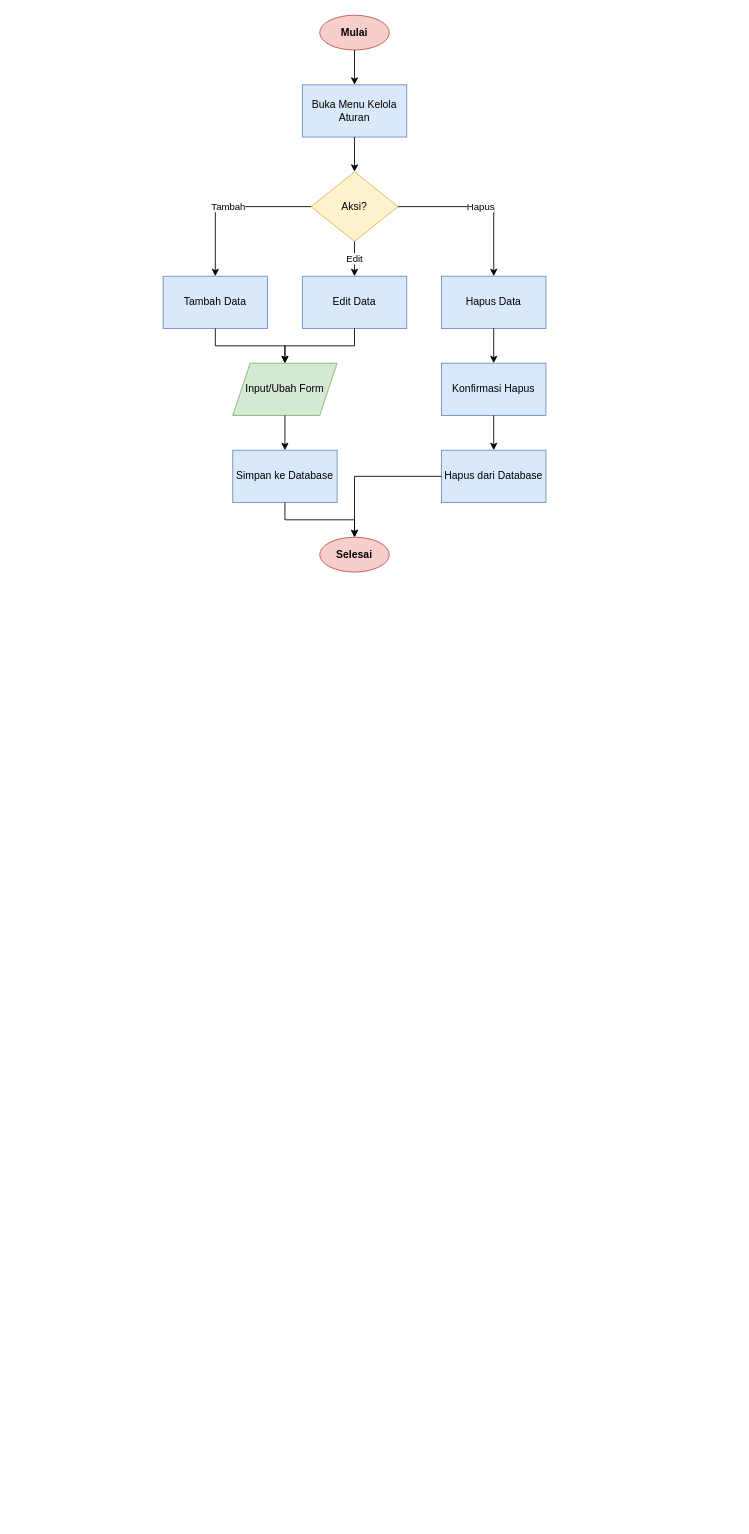
Jinsky/Jinsky keeps this draw.io diagram as diagram/flowchart/admin_aturan.drawio. Above is the earlier version. Source tidied: cells renumbered, new cells numbered last; positions are measured from the earlier drawing's top-left corner, leaving out a move shared by most shapes. Both pictures are drawn from the tidied source at 87%, with x=0, y=0 at pixel (163, 15).
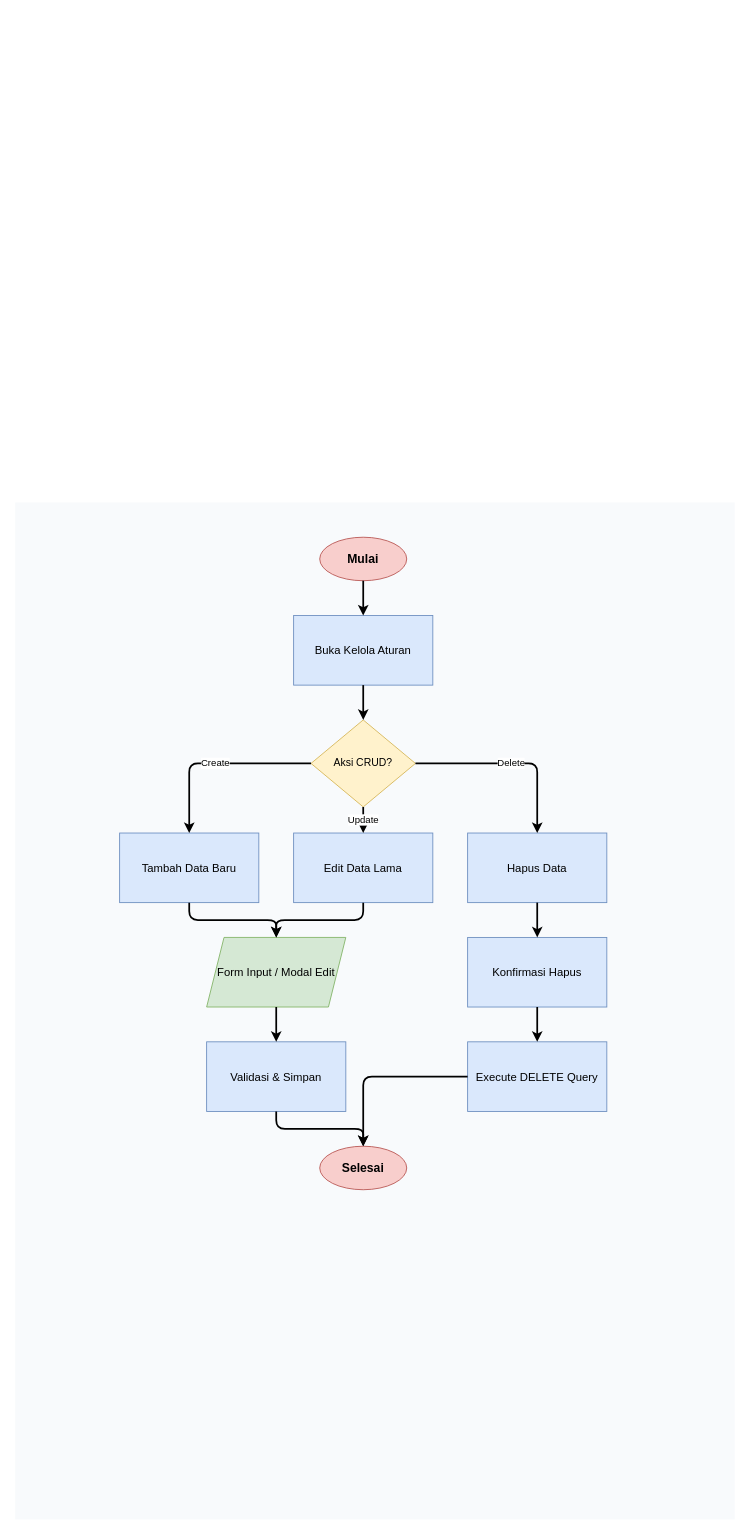
After the change.

What changed in the source:
```diff
@@
-    <mxCell id="2" value="Mulai" style="ellipse;whiteSpace=wrap;html=1;fillColor=#f8cecc;strokeColor=#b85450;fontStyle=1;" parent="1" vertex="1">
-      <mxGeometry x="180" width="80" height="40" as="geometry" />
-    </mxCell>
-    <mxCell id="3" value="Buka Menu Kelola Aturan" style="rounded=0;whiteSpace=wrap;html=1;fillColor=#dae8fc;strokeColor=#6c8ebf;" parent="1" vertex="1">
-      <mxGeometry x="160" y="80" width="120" height="60" as="geometry" />
-    </mxCell>
-    <mxCell id="4" value="Aksi?" style="rhombus;whiteSpace=wrap;html=1;fillColor=#fff2cc;strokeColor=#d6b656;" parent="1" vertex="1">
-      <mxGeometry x="170" y="180" width="100" height="80" as="geometry" />
-    </mxCell>
-    <mxCell id="5" value="Tambah Data" style="rounded=0;whiteSpace=wrap;html=1;fillColor=#dae8fc;strokeColor=#6c8ebf;" parent="1" vertex="1">
-      <mxGeometry y="300" width="120" height="60" as="geometry" />
-    </mxCell>
-    <mxCell id="6" value="Edit Data" style="rounded=0;whiteSpace=wrap;html=1;fillColor=#dae8fc;strokeColor=#6c8ebf;" parent="1" vertex="1">
-      <mxGeometry x="160" y="300" width="120" height="60" as="geometry" />
-    </mxCell>
-    <mxCell id="7" value="Hapus Data" style="rounded=0;whiteSpace=wrap;html=1;fillColor=#dae8fc;strokeColor=#6c8ebf;" parent="1" vertex="1">
-      <mxGeometry x="320" y="300" width="120" height="60" as="geometry" />
-    </mxCell>
-    <mxCell id="8" value="Input/Ubah Form" style="shape=parallelogram;perimeter=parallelogramPerimeter;whiteSpace=wrap;html=1;fixedSize=1;fillColor=#d5e8d4;strokeColor=#82b366;" parent="1" vertex="1">
-      <mxGeometry x="80" y="400" width="120" height="60" as="geometry" />
-    </mxCell>
-    <mxCell id="9" value="Simpan ke Database" style="rounded=0;whiteSpace=wrap;html=1;fillColor=#dae8fc;strokeColor=#6c8ebf;" parent="1" vertex="1">
-      <mxGeometry x="80" y="500" width="120" height="60" as="geometry" />
-    </mxCell>
-    <mxCell id="10" value="Konfirmasi Hapus" style="rounded=0;whiteSpace=wrap;html=1;fillColor=#dae8fc;strokeColor=#6c8ebf;" parent="1" vertex="1">
-      <mxGeometry x="320" y="400" width="120" height="60" as="geometry" />
-    </mxCell>
-    <mxCell id="11" value="Hapus dari Database" style="rounded=0;whiteSpace=wrap;html=1;fillColor=#dae8fc;strokeColor=#6c8ebf;" parent="1" vertex="1">
-      <mxGeometry x="320" y="500" width="120" height="60" as="geometry" />
-    </mxCell>
+    <mxCell id="25" style="rounded=0;whiteSpace=wrap;html=1;fillColor=#f8fafc;strokeColor=none;" parent="1" vertex="1">
+      <mxGeometry x="-170" y="560" width="827" height="1169" as="geometry" />
+    </mxCell>
-    <mxCell id="12" value="Selesai" style="ellipse;whiteSpace=wrap;html=1;fillColor=#f8cecc;strokeColor=#b85450;fontStyle=1;" parent="1" vertex="1">
-      <mxGeometry x="180" y="600" width="80" height="40" as="geometry" />
+    <mxCell id="12" value="Mulai" style="ellipse;whiteSpace=wrap;html=1;fillColor=#f8cecc;strokeColor=#b85450;fontStyle=1;fontSize=14;" parent="1" vertex="1">
+      <mxGeometry x="180" y="600" width="100" height="50" as="geometry" />
     </mxCell>
-    <mxCell id="13" style="edgeStyle=orthogonalEdgeStyle;rounded=0;jettySize=auto;html=1;" parent="1" edge="1" source="2" target="3">
-      <mxGeometry relative="1" as="geometry" />
+    <mxCell id="13" value="Buka Kelola Aturan" style="rounded=0;whiteSpace=wrap;html=1;fillColor=#dae8fc;strokeColor=#6c8ebf;fontSize=13;" parent="1" vertex="1">
+      <mxGeometry x="150" y="690" width="160" height="80" as="geometry" />
     </mxCell>
-    <mxCell id="14" style="edgeStyle=orthogonalEdgeStyle;rounded=0;jettySize=auto;html=1;" parent="1" edge="1" source="3" target="4">
-      <mxGeometry relative="1" as="geometry" />
+    <mxCell id="14" value="Aksi CRUD?" style="rhombus;whiteSpace=wrap;html=1;fillColor=#fff2cc;strokeColor=#d6b656;fontSize=12;" parent="1" vertex="1">
+      <mxGeometry x="170" y="810" width="120" height="100" as="geometry" />
     </mxCell>
-    <mxCell id="15" value="Tambah" style="edgeStyle=orthogonalEdgeStyle;rounded=0;jettySize=auto;html=1;" parent="1" edge="1" source="4" target="5">
-      <mxGeometry relative="1" as="geometry" />
+    <mxCell id="15" value="Tambah Data Baru" style="rounded=0;whiteSpace=wrap;html=1;fillColor=#dae8fc;strokeColor=#6c8ebf;fontSize=13;" parent="1" vertex="1">
+      <mxGeometry x="-50" y="940" width="160" height="80" as="geometry" />
     </mxCell>
-    <mxCell id="16" value="Edit" style="edgeStyle=orthogonalEdgeStyle;rounded=0;jettySize=auto;html=1;" parent="1" edge="1" source="4" target="6">
-      <mxGeometry relative="1" as="geometry" />
+    <mxCell id="16" value="Edit Data Lama" style="rounded=0;whiteSpace=wrap;html=1;fillColor=#dae8fc;strokeColor=#6c8ebf;fontSize=13;" parent="1" vertex="1">
+      <mxGeometry x="150" y="940" width="160" height="80" as="geometry" />
     </mxCell>
-    <mxCell id="17" value="Hapus" style="edgeStyle=orthogonalEdgeStyle;rounded=0;jettySize=auto;html=1;" parent="1" edge="1" source="4" target="7">
-      <mxGeometry relative="1" as="geometry" />
+    <mxCell id="17" value="Hapus Data" style="rounded=0;whiteSpace=wrap;html=1;fillColor=#dae8fc;strokeColor=#6c8ebf;fontSize=13;" parent="1" vertex="1">
+      <mxGeometry x="350" y="940" width="160" height="80" as="geometry" />
     </mxCell>
-    <mxCell id="18" style="edgeStyle=orthogonalEdgeStyle;rounded=0;jettySize=auto;html=1;" parent="1" edge="1" source="5" target="8">
-      <mxGeometry relative="1" as="geometry" />
+    <mxCell id="18" value="Form Input / Modal Edit" style="shape=parallelogram;perimeter=parallelogramPerimeter;whiteSpace=wrap;html=1;fixedSize=1;fillColor=#d5e8d4;strokeColor=#82b366;fontSize=13;" parent="1" vertex="1">
+      <mxGeometry x="50" y="1060" width="160" height="80" as="geometry" />
     </mxCell>
-    <mxCell id="19" style="edgeStyle=orthogonalEdgeStyle;rounded=0;jettySize=auto;html=1;" parent="1" edge="1" source="6" target="8">
-      <mxGeometry relative="1" as="geometry" />
+    <mxCell id="19" value="Validasi &amp; Simpan" style="rounded=0;whiteSpace=wrap;html=1;fillColor=#dae8fc;strokeColor=#6c8ebf;fontSize=13;" parent="1" vertex="1">
+      <mxGeometry x="50" y="1180" width="160" height="80" as="geometry" />
     </mxCell>
-    <mxCell id="20" style="edgeStyle=orthogonalEdgeStyle;rounded=0;jettySize=auto;html=1;" parent="1" edge="1" source="8" target="9">
-      <mxGeometry relative="1" as="geometry" />
+    <mxCell id="20" value="Konfirmasi Hapus" style="rounded=0;whiteSpace=wrap;html=1;fillColor=#dae8fc;strokeColor=#6c8ebf;fontSize=13;" parent="1" vertex="1">
+      <mxGeometry x="350" y="1060" width="160" height="80" as="geometry" />
     </mxCell>
-    <mxCell id="21" style="edgeStyle=orthogonalEdgeStyle;rounded=0;jettySize=auto;html=1;" parent="1" edge="1" source="9" target="12">
-      <mxGeometry relative="1" as="geometry" />
+    <mxCell id="21" value="Execute DELETE Query" style="rounded=0;whiteSpace=wrap;html=1;fillColor=#dae8fc;strokeColor=#6c8ebf;fontSize=13;" parent="1" vertex="1">
+      <mxGeometry x="350" y="1180" width="160" height="80" as="geometry" />
     </mxCell>
-    <mxCell id="22" style="edgeStyle=orthogonalEdgeStyle;rounded=0;jettySize=auto;html=1;" parent="1" edge="1" source="7" target="10">
-      <mxGeometry relative="1" as="geometry" />
+    <mxCell id="22" value="Selesai" style="ellipse;whiteSpace=wrap;html=1;fillColor=#f8cecc;strokeColor=#b85450;fontStyle=1;fontSize=14;" parent="1" vertex="1">
+      <mxGeometry x="180" y="1300" width="100" height="50" as="geometry" />
     </mxCell>
-    <mxCell id="23" style="edgeStyle=orthogonalEdgeStyle;rounded=0;jettySize=auto;html=1;" parent="1" edge="1" source="10" target="11">
-      <mxGeometry relative="1" as="geometry" />
-    </mxCell>
-    <mxCell id="24" style="edgeStyle=orthogonalEdgeStyle;rounded=0;jettySize=auto;html=1;" parent="1" edge="1" source="11" target="12">
-      <mxGeometry relative="1" as="geometry" />
-    </mxCell>
+    <mxCell id="26" style="edgeStyle=orthogonalEdgeStyle;rounded=1;jettySize=auto;html=1;strokeWidth=2;fontSize=11;" parent="1" edge="1" source="12" target="13">
+      <mxGeometry relative="1" as="geometry" />
+    </mxCell>
+    <mxCell id="27" style="edgeStyle=orthogonalEdgeStyle;rounded=1;jettySize=auto;html=1;strokeWidth=2;fontSize=11;" parent="1" edge="1" source="13" target="14">
+      <mxGeometry relative="1" as="geometry" />
+    </mxCell>
+    <mxCell id="28" value="Create" style="edgeStyle=orthogonalEdgeStyle;rounded=1;jettySize=auto;html=1;strokeWidth=2;fontSize=11;" parent="1" edge="1" source="14" target="15">
+      <mxGeometry relative="1" as="geometry" />
+    </mxCell>
+    <mxCell id="29" value="Update" style="edgeStyle=orthogonalEdgeStyle;rounded=1;jettySize=auto;html=1;strokeWidth=2;fontSize=11;" parent="1" edge="1" source="14" target="16">
+      <mxGeometry relative="1" as="geometry" />
+    </mxCell>
+    <mxCell id="30" value="Delete" style="edgeStyle=orthogonalEdgeStyle;rounded=1;jettySize=auto;html=1;strokeWidth=2;fontSize=11;" parent="1" edge="1" source="14" target="17">
+      <mxGeometry relative="1" as="geometry" />
+    </mxCell>
+    <mxCell id="31" style="edgeStyle=orthogonalEdgeStyle;rounded=1;jettySize=auto;html=1;strokeWidth=2;fontSize=11;" parent="1" edge="1" source="15" target="18">
+      <mxGeometry relative="1" as="geometry" />
+    </mxCell>
+    <mxCell id="32" style="edgeStyle=orthogonalEdgeStyle;rounded=1;jettySize=auto;html=1;strokeWidth=2;fontSize=11;" parent="1" edge="1" source="16" target="18">
+      <mxGeometry relative="1" as="geometry" />
+    </mxCell>
+    <mxCell id="33" style="edgeStyle=orthogonalEdgeStyle;rounded=1;jettySize=auto;html=1;strokeWidth=2;fontSize=11;" parent="1" edge="1" source="18" target="19">
+      <mxGeometry relative="1" as="geometry" />
+    </mxCell>
+    <mxCell id="34" style="edgeStyle=orthogonalEdgeStyle;rounded=1;jettySize=auto;html=1;strokeWidth=2;fontSize=11;" parent="1" edge="1" source="19" target="22">
+      <mxGeometry relative="1" as="geometry" />
+    </mxCell>
+    <mxCell id="35" style="edgeStyle=orthogonalEdgeStyle;rounded=1;jettySize=auto;html=1;strokeWidth=2;fontSize=11;" parent="1" edge="1" source="17" target="20">
+      <mxGeometry relative="1" as="geometry" />
+    </mxCell>
+    <mxCell id="36" style="edgeStyle=orthogonalEdgeStyle;rounded=1;jettySize=auto;html=1;strokeWidth=2;fontSize=11;" parent="1" edge="1" source="20" target="21">
+      <mxGeometry relative="1" as="geometry" />
+    </mxCell>
+    <mxCell id="37" style="edgeStyle=orthogonalEdgeStyle;rounded=1;jettySize=auto;html=1;strokeWidth=2;fontSize=11;" parent="1" edge="1" source="21" target="22">
+      <mxGeometry relative="1" as="geometry" />
+    </mxCell>
```
